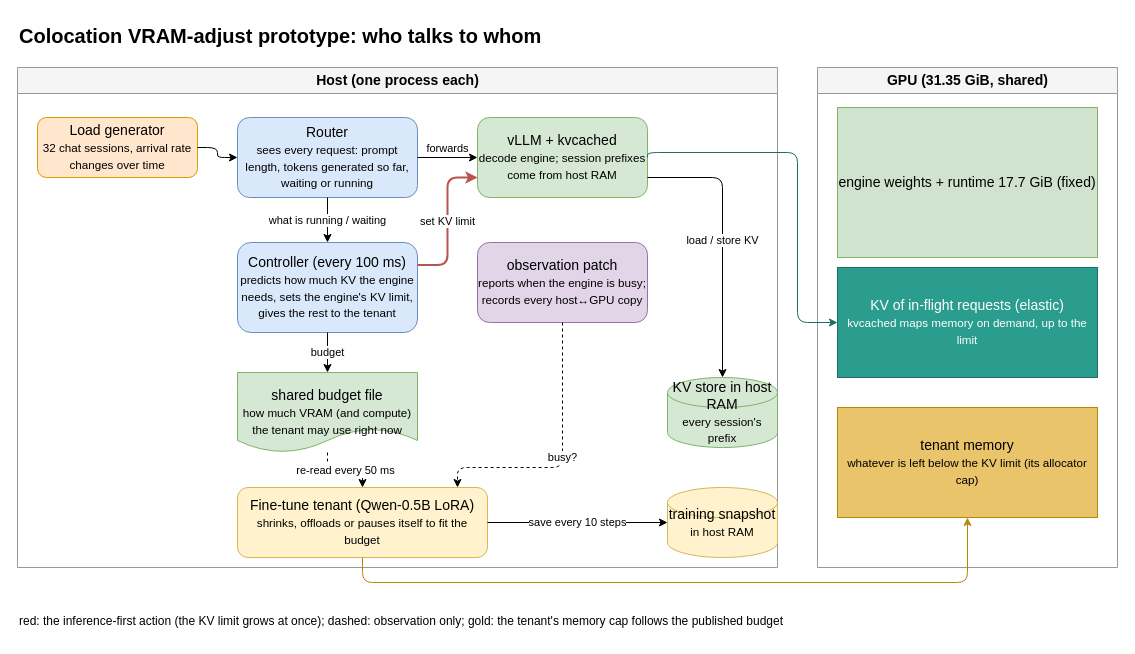
Earlier version of the draw.io diagram coloc_adjust/diagrams/01_system_architecture.drawio (852866031/cuda-schedule-project). Source tidied: cells renumbered, new cells numbered last; positions are measured from the earlier drawing's top-left corner, leaving out a move shared by most shapes. Both pictures are drawn from the tidied source at 100%, with x=0, y=0 at pixel (17, 17).
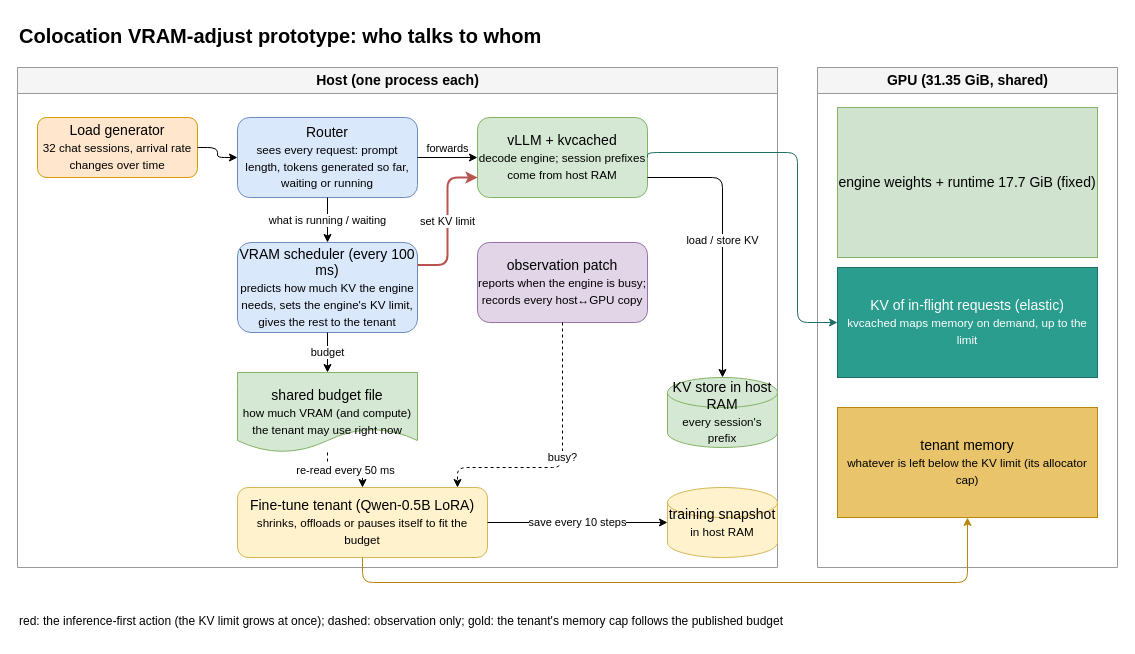
The same page after the edit.

Unchanged cells that the change refers to:
```xml
<mxCell id="3" value="Host (one process each)" style="swimlane;startSize=26;fillColor=#f5f5f5;strokeColor=#999999;html=1;fontSize=14;" parent="1" vertex="1">
  <mxGeometry y="50" width="760" height="500" as="geometry" />
</mxCell>
```

Change to the diagram source:
```diff
@@
-    <mxCell id="6" value="Controller (every 100 ms)&lt;br&gt;&lt;small&gt;predicts how much KV the engine needs, sets the engine's KV limit, gives the rest to the tenant&lt;/small&gt;" style="rounded=1;whiteSpace=wrap;html=1;fontSize=14;fillColor=#dae8fc;strokeColor=#6c8ebf;" parent="3" vertex="1">
+    <mxCell id="6" value="VRAM scheduler (every 100 ms)&lt;br&gt;&lt;small&gt;predicts how much KV the engine needs, sets the engine's KV limit, gives the rest to the tenant&lt;/small&gt;" style="rounded=1;whiteSpace=wrap;html=1;fontSize=14;fillColor=#dae8fc;strokeColor=#6c8ebf;" parent="3" vertex="1">
       <mxGeometry x="220" y="175" width="180" height="90" as="geometry" />
     </mxCell>
```
